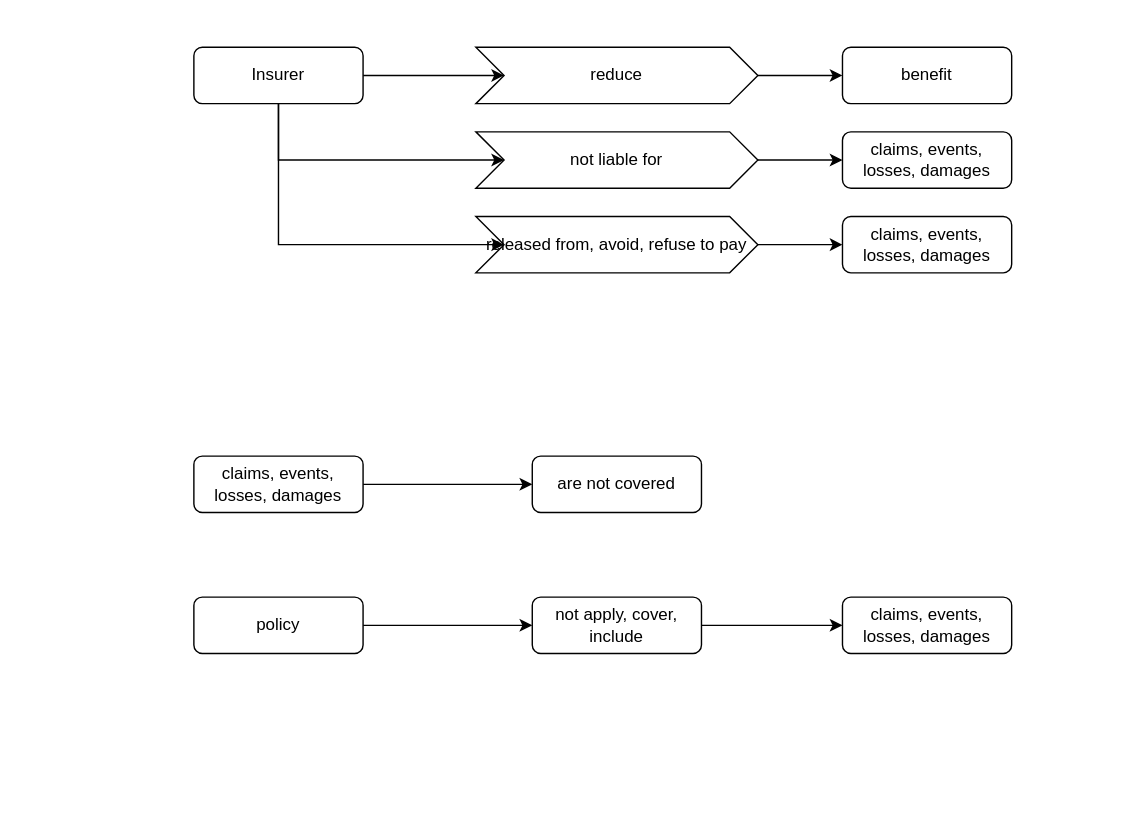
c0pper/scudo_tos_samples_to_platform_annotations keeps this draw.io diagram as ltd.drawio. Above is the earlier version. Source tidied: cells renumbered, new cells numbered last; positions are measured from the earlier drawing's top-left corner, leaving out a move shared by most shapes. Both pictures are drawn from the tidied source at 141%, with x=0, y=0 at pixel (193, 47).
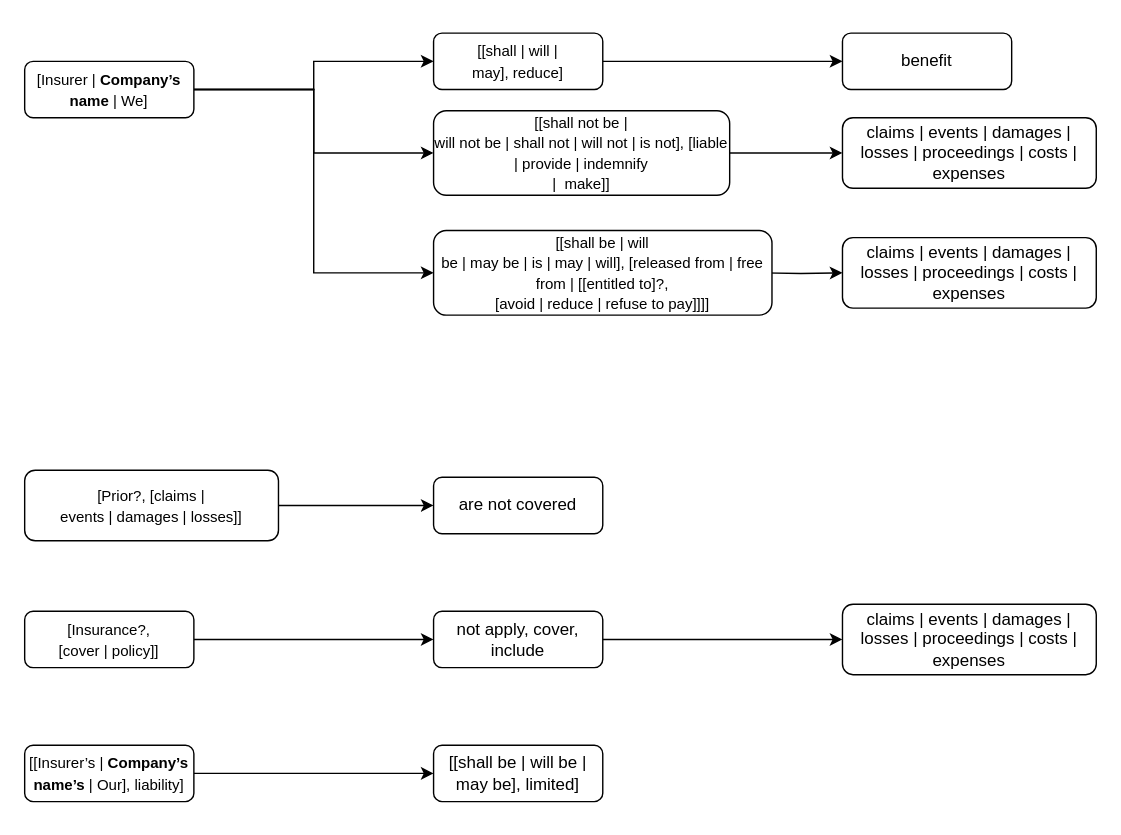
After the change.

What changed in the source:
```diff
@@
-    <mxCell id="2" style="edgeStyle=orthogonalEdgeStyle;rounded=0;jettySize=auto;html=1;entryX=0;entryY=0.5;entryDx=0;entryDy=0;" parent="1" edge="1" source="5" target="9">
-      <mxGeometry relative="1" as="geometry" />
-    </mxCell>
-    <mxCell id="3" style="edgeStyle=orthogonalEdgeStyle;rounded=0;jettySize=auto;html=1;entryX=0;entryY=0.5;entryDx=0;entryDy=0;exitX=0.5;exitY=1;exitDx=0;exitDy=0;" parent="1" edge="1" source="5" target="11">
-      <mxGeometry relative="1" as="geometry">
-        <Array as="points">
-          <mxPoint x="60" y="80" />
-        </Array>
-      </mxGeometry>
-    </mxCell>
-    <mxCell id="4" style="edgeStyle=orthogonalEdgeStyle;rounded=0;jettySize=auto;html=1;entryX=0;entryY=0.5;entryDx=0;entryDy=0;" parent="1" edge="1" source="5" target="13">
-      <mxGeometry relative="1" as="geometry">
-        <Array as="points">
-          <mxPoint x="60" y="140" />
-        </Array>
-      </mxGeometry>
-    </mxCell>
+    <mxCell id="23" style="edgeStyle=orthogonalEdgeStyle;rounded=0;jettySize=auto;html=1;entryX=0;entryY=0.5;entryDx=0;entryDy=0;elbow=vertical;" parent="1" edge="1" source="5" target="33">
+      <mxGeometry relative="1" as="geometry" />
+    </mxCell>
+    <mxCell id="24" style="edgeStyle=orthogonalEdgeStyle;rounded=0;jettySize=auto;html=1;entryX=0;entryY=0.5;entryDx=0;entryDy=0;elbow=vertical;" parent="1" edge="1" source="5" target="32">
+      <mxGeometry relative="1" as="geometry" />
+    </mxCell>
+    <mxCell id="25" style="edgeStyle=orthogonalEdgeStyle;rounded=0;jettySize=auto;html=1;elbow=vertical;" parent="1" edge="1" source="5" target="34">
+      <mxGeometry relative="1" as="geometry" />
+    </mxCell>
-    <mxCell id="5" value="Insurer" style="rounded=1;whiteSpace=wrap;html=1;fontSize=12;glass=0;strokeWidth=1;shadow=0;" parent="1" vertex="1">
-      <mxGeometry width="120" height="40" as="geometry" />
+    <mxCell id="5" value="&lt;p class=&quot;MsoNormal&quot;&gt;&lt;span style=&quot;font-size: 8pt;&quot;&gt;[Insurer | &lt;b&gt;Company’s name &lt;/b&gt;| We]&lt;/span&gt;&lt;/p&gt;" style="rounded=1;whiteSpace=wrap;html=1;fontSize=12;glass=0;strokeWidth=1;shadow=0;" parent="1" vertex="1">
+      <mxGeometry x="-120" y="10" width="120" height="40" as="geometry" />
     </mxCell>
     <mxCell id="6" value="benefit" style="rounded=1;whiteSpace=wrap;html=1;fontSize=12;glass=0;strokeWidth=1;shadow=0;" parent="1" vertex="1">
-      <mxGeometry x="460" width="120" height="40" as="geometry" />
+      <mxGeometry x="460" y="-10" width="120" height="40" as="geometry" />
     </mxCell>
-    <mxCell id="7" value="claims, events, losses, damages" style="rounded=1;whiteSpace=wrap;html=1;fontSize=12;glass=0;strokeWidth=1;shadow=0;" parent="1" vertex="1">
-      <mxGeometry x="460" y="60" width="120" height="40" as="geometry" />
-    </mxCell>
-    <mxCell id="8" style="edgeStyle=orthogonalEdgeStyle;rounded=0;jettySize=auto;html=1;entryX=0;entryY=0.5;entryDx=0;entryDy=0;" parent="1" edge="1" source="9" target="6">
+    <mxCell id="8" style="edgeStyle=orthogonalEdgeStyle;rounded=0;jettySize=auto;html=1;entryX=0;entryY=0.5;entryDx=0;entryDy=0;exitX=1;exitY=0.5;exitDx=0;exitDy=0;" parent="1" edge="1" source="34" target="6">
       <mxGeometry relative="1" as="geometry" />
     </mxCell>
-    <mxCell id="9" value="reduce" style="shape=step;perimeter=stepPerimeter;whiteSpace=wrap;html=1;fixedSize=1;" parent="1" vertex="1">
-      <mxGeometry x="200" width="200" height="40" as="geometry" />
-    </mxCell>
-    <mxCell id="10" style="edgeStyle=orthogonalEdgeStyle;rounded=0;jettySize=auto;html=1;entryX=0;entryY=0.5;entryDx=0;entryDy=0;" parent="1" edge="1" source="11" target="7">
+    <mxCell id="10" style="edgeStyle=orthogonalEdgeStyle;rounded=0;jettySize=auto;html=1;entryX=0;entryY=0.5;entryDx=0;entryDy=0;exitX=1;exitY=0.5;exitDx=0;exitDy=0;" parent="1" edge="1" source="32" target="29">
       <mxGeometry relative="1" as="geometry" />
     </mxCell>
-    <mxCell id="11" value="not liable for" style="shape=step;perimeter=stepPerimeter;whiteSpace=wrap;html=1;fixedSize=1;" parent="1" vertex="1">
-      <mxGeometry x="200" y="60" width="200" height="40" as="geometry" />
-    </mxCell>
-    <mxCell id="12" style="edgeStyle=orthogonalEdgeStyle;rounded=0;jettySize=auto;html=1;entryX=0;entryY=0.5;entryDx=0;entryDy=0;" parent="1" edge="1" source="13" target="14">
-      <mxGeometry relative="1" as="geometry" />
+    <mxCell id="12" style="edgeStyle=orthogonalEdgeStyle;rounded=0;jettySize=auto;html=1;entryX=0;entryY=0.5;entryDx=0;entryDy=0;" parent="1" edge="1" target="30">
+      <mxGeometry relative="1" as="geometry">
+        <mxPoint x="400" y="160" as="sourcePoint" />
+      </mxGeometry>
     </mxCell>
-    <mxCell id="13" value="released from, avoid, refuse to pay" style="shape=step;perimeter=stepPerimeter;whiteSpace=wrap;html=1;fixedSize=1;rounded=0;sketch=0;shadow=0;" parent="1" vertex="1">
-      <mxGeometry x="200" y="120" width="200" height="40" as="geometry" />
-    </mxCell>
-    <mxCell id="14" value="claims, events, losses, damages" style="rounded=1;whiteSpace=wrap;html=1;fontSize=12;glass=0;strokeWidth=1;shadow=0;" parent="1" vertex="1">
-      <mxGeometry x="460" y="120" width="120" height="40" as="geometry" />
-    </mxCell>
-    <mxCell id="15" style="edgeStyle=orthogonalEdgeStyle;rounded=0;jettySize=auto;html=1;entryX=0;entryY=0.5;entryDx=0;entryDy=0;" parent="1" edge="1" source="16" target="17">
+    <mxCell id="15" style="edgeStyle=orthogonalEdgeStyle;rounded=0;jettySize=auto;html=1;entryX=0;entryY=0.5;entryDx=0;entryDy=0;exitX=1;exitY=0.5;exitDx=0;exitDy=0;" parent="1" edge="1" source="31" target="17">
       <mxGeometry relative="1" as="geometry" />
     </mxCell>
-    <mxCell id="16" value="claims, events, losses, damages" style="rounded=1;whiteSpace=wrap;html=1;fontSize=12;glass=0;strokeWidth=1;shadow=0;" parent="1" vertex="1">
-      <mxGeometry y="290" width="120" height="40" as="geometry" />
-    </mxCell>
     <mxCell id="17" value="are not covered" style="rounded=1;whiteSpace=wrap;html=1;fontSize=12;glass=0;strokeWidth=1;shadow=0;" parent="1" vertex="1">
-      <mxGeometry x="240" y="290" width="120" height="40" as="geometry" />
+      <mxGeometry x="170" y="305" width="120" height="40" as="geometry" />
     </mxCell>
@@
-    <mxCell id="19" value="policy" style="rounded=1;whiteSpace=wrap;html=1;fontSize=12;glass=0;strokeWidth=1;shadow=0;" parent="1" vertex="1">
-      <mxGeometry y="390" width="120" height="40" as="geometry" />
+    <mxCell id="19" value="&lt;p class=&quot;MsoNormal&quot;&gt;&lt;span style=&quot;font-size: 8pt;&quot;&gt;[Insurance?,&lt;br/&gt;[cover | policy]]&lt;/span&gt;&lt;/p&gt;" style="rounded=1;whiteSpace=wrap;html=1;fontSize=12;glass=0;strokeWidth=1;shadow=0;" parent="1" vertex="1">
+      <mxGeometry x="-120" y="400" width="120" height="40" as="geometry" />
     </mxCell>
@@
     <mxCell id="21" value="not apply, cover, include" style="rounded=1;whiteSpace=wrap;html=1;fontSize=12;glass=0;strokeWidth=1;shadow=0;" parent="1" vertex="1">
-      <mxGeometry x="240" y="390" width="120" height="40" as="geometry" />
+      <mxGeometry x="170" y="400" width="120" height="40" as="geometry" />
     </mxCell>
-    <mxCell id="22" value="claims, events, losses, damages" style="rounded=1;whiteSpace=wrap;html=1;fontSize=12;glass=0;strokeWidth=1;shadow=0;" parent="1" vertex="1">
-      <mxGeometry x="460" y="390" width="120" height="40" as="geometry" />
+    <mxCell id="22" value="claims | events | damages | losses | proceedings | costs | expenses" style="rounded=1;whiteSpace=wrap;html=1;fontSize=12;glass=0;strokeWidth=1;shadow=0;" parent="1" vertex="1">
+      <mxGeometry x="460" y="395" width="180" height="50" as="geometry" />
     </mxCell>
+    <mxCell id="26" style="edgeStyle=orthogonalEdgeStyle;rounded=0;jettySize=auto;html=1;entryX=0;entryY=0.5;entryDx=0;entryDy=0;elbow=vertical;" parent="1" edge="1" source="27" target="28">
+      <mxGeometry relative="1" as="geometry" />
+    </mxCell>
+    <mxCell id="27" value="&lt;p class=&quot;MsoNormal&quot;&gt;&lt;span style=&quot;font-size: 8pt;&quot;&gt;[[Insurer’s | &lt;b&gt;Company’s name’s &lt;/b&gt;| Our], liability]&lt;/span&gt;&lt;/p&gt;" style="rounded=1;whiteSpace=wrap;html=1;fontSize=12;glass=0;strokeWidth=1;shadow=0;" parent="1" vertex="1">
+      <mxGeometry x="-120" y="495" width="120" height="40" as="geometry" />
+    </mxCell>
+    <mxCell id="28" value="[[shall be | will be | may be], limited]" style="rounded=1;whiteSpace=wrap;html=1;fontSize=12;glass=0;strokeWidth=1;shadow=0;" parent="1" vertex="1">
+      <mxGeometry x="170" y="495" width="120" height="40" as="geometry" />
+    </mxCell>
+    <mxCell id="29" value="claims | events | damages | losses | proceedings | costs | expenses" style="rounded=1;whiteSpace=wrap;html=1;fontSize=12;glass=0;strokeWidth=1;shadow=0;" parent="1" vertex="1">
+      <mxGeometry x="460" y="50" width="180" height="50" as="geometry" />
+    </mxCell>
+    <mxCell id="30" value="claims | events | damages | losses | proceedings | costs | expenses" style="rounded=1;whiteSpace=wrap;html=1;fontSize=12;glass=0;strokeWidth=1;shadow=0;" parent="1" vertex="1">
+      <mxGeometry x="460" y="135" width="180" height="50" as="geometry" />
+    </mxCell>
+    <mxCell id="31" value="&lt;p class=&quot;MsoNormal&quot;&gt;&lt;span style=&quot;font-size: 8pt;&quot;&gt;[Prior?, [claims |&lt;br/&gt;events | damages | losses]]&lt;/span&gt;&lt;/p&gt;" style="rounded=1;whiteSpace=wrap;html=1;fontSize=12;glass=0;strokeWidth=1;shadow=0;" parent="1" vertex="1">
+      <mxGeometry x="-120" y="300" width="180" height="50" as="geometry" />
+    </mxCell>
+    <mxCell id="32" value="&lt;p class=&quot;MsoNormal&quot;&gt;&lt;span style=&quot;font-size: 8pt;&quot;&gt;[[shall not be |&lt;br/&gt;will not be | shall not | will not | is not], [liable | provide | indemnify&lt;br/&gt;|&amp;nbsp; make]]&lt;/span&gt;&lt;/p&gt;" style="rounded=1;whiteSpace=wrap;html=1;shadow=0;sketch=0;" parent="1" vertex="1">
+      <mxGeometry x="170" y="45" width="210" height="60" as="geometry" />
+    </mxCell>
+    <mxCell id="33" value="&lt;p class=&quot;MsoNormal&quot;&gt;&lt;span style=&quot;font-size: 8pt;&quot;&gt;[[shall be | will&lt;br/&gt;be | may be | is | may | will], [released from | free from | [[entitled to]?,&lt;br/&gt;[avoid | reduce | refuse to pay]]]]&lt;/span&gt;&lt;/p&gt;" style="rounded=1;whiteSpace=wrap;html=1;shadow=0;sketch=0;" parent="1" vertex="1">
+      <mxGeometry x="170" y="130" width="240" height="60" as="geometry" />
+    </mxCell>
+    <mxCell id="34" value="&lt;p class=&quot;MsoNormal&quot;&gt;&lt;span style=&quot;font-size: 8pt;&quot;&gt;[[shall | will |&lt;br/&gt;may], reduce]&lt;/span&gt;&lt;/p&gt;" style="rounded=1;whiteSpace=wrap;html=1;shadow=0;sketch=0;" parent="1" vertex="1">
+      <mxGeometry x="170" y="-10" width="120" height="40" as="geometry" />
+    </mxCell>
```
